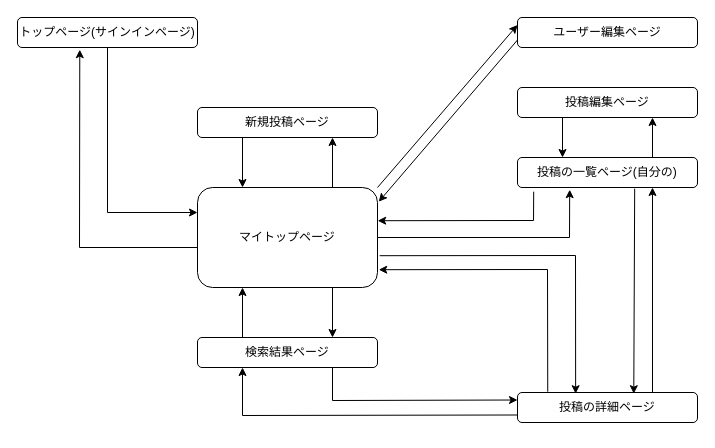
Earlier version of the draw.io diagram searches_page.dio (naramuratomofumi/searches). Source tidied: cells renumbered, new cells numbered last; positions are measured from the earlier drawing's top-left corner, leaving out a move shared by most shapes. Both pictures are drawn from the tidied source at 100%, with x=0, y=0 at pixel (17, 17).
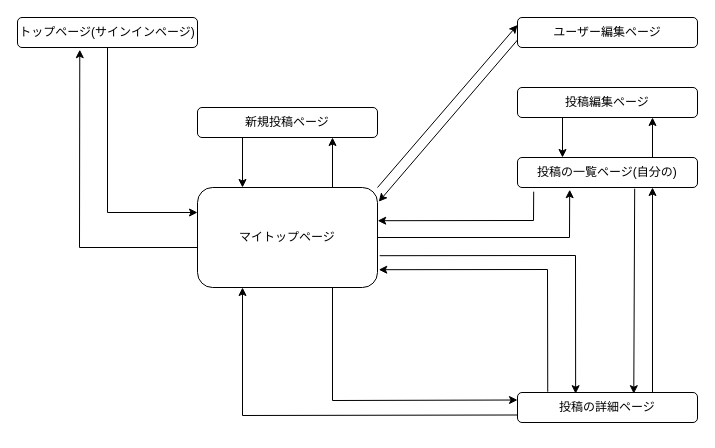
After the change.

Commit message:
画面遷移図の修正

The change refers to these unchanged cells:
```xml
<mxCell id="9" value="マイトップページ" style="rounded=1;whiteSpace=wrap;html=1;" parent="1" vertex="1">
  <mxGeometry x="180" y="170" width="180" height="100" as="geometry" />
</mxCell>
<mxCell id="28" value="投稿の詳細ページ" style="rounded=1;whiteSpace=wrap;html=1;" parent="1" vertex="1">
  <mxGeometry x="500" y="375" width="180" height="30" as="geometry" />
</mxCell>
```

Diff of the diagram source:
```diff
@@
-    <mxCell id="5" style="edgeStyle=none;html=1;exitX=0.75;exitY=1;exitDx=0;exitDy=0;entryX=0.75;entryY=0;entryDx=0;entryDy=0;" parent="1" edge="1" source="9" target="15">
-      <mxGeometry relative="1" as="geometry" />
-    </mxCell>
@@
-    <mxCell id="12" style="edgeStyle=none;html=1;exitX=0.25;exitY=0;exitDx=0;exitDy=0;entryX=0.25;entryY=1;entryDx=0;entryDy=0;" parent="1" edge="1" source="15" target="9">
-      <mxGeometry relative="1" as="geometry" />
-    </mxCell>
-    <mxCell id="13" style="edgeStyle=none;html=1;exitX=1;exitY=0.25;exitDx=0;exitDy=0;entryX=1;entryY=0.25;entryDx=0;entryDy=0;" parent="1" edge="1" source="15" target="15">
-      <mxGeometry relative="1" as="geometry" />
+    <mxCell id="13" style="edgeStyle=none;html=1;exitX=1;exitY=0.25;exitDx=0;exitDy=0;entryX=1;entryY=0.25;entryDx=0;entryDy=0;" parent="1" edge="1">
+      <mxGeometry relative="1" as="geometry">
+        <mxPoint x="360" y="327.5" as="sourcePoint" />
+        <mxPoint x="360" y="327.5" as="targetPoint" />
+      </mxGeometry>
     </mxCell>
-    <mxCell id="14" style="edgeStyle=none;rounded=0;html=1;entryX=0;entryY=0.25;entryDx=0;entryDy=0;strokeColor=#000000;exitX=0.75;exitY=1;exitDx=0;exitDy=0;" parent="1" edge="1" source="15" target="28">
+    <mxCell id="14" style="edgeStyle=none;rounded=0;html=1;entryX=0;entryY=0.25;entryDx=0;entryDy=0;strokeColor=#000000;exitX=0.75;exitY=1;exitDx=0;exitDy=0;" parent="1" edge="1" source="9" target="28">
       <mxGeometry relative="1" as="geometry">
         <Array as="points">
           <mxPoint x="315" y="383" />
         </Array>
       </mxGeometry>
     </mxCell>
-    <mxCell id="15" value="検索結果ページ" style="rounded=1;whiteSpace=wrap;html=1;" parent="1" vertex="1">
-      <mxGeometry x="180" y="320" width="180" height="30" as="geometry" />
-    </mxCell>
@@
-    <mxCell id="26" style="edgeStyle=none;rounded=0;html=1;strokeColor=#000000;exitX=0;exitY=0.75;exitDx=0;exitDy=0;entryX=0.25;entryY=1;entryDx=0;entryDy=0;" parent="1" edge="1" source="28" target="15">
+    <mxCell id="26" style="edgeStyle=none;rounded=0;html=1;strokeColor=#000000;exitX=0;exitY=0.75;exitDx=0;exitDy=0;entryX=0.25;entryY=1;entryDx=0;entryDy=0;" parent="1" edge="1" source="28" target="9">
       <mxGeometry relative="1" as="geometry">
         <Array as="points">
           <mxPoint x="225" y="398" />
         </Array>
       </mxGeometry>
     </mxCell>
```
